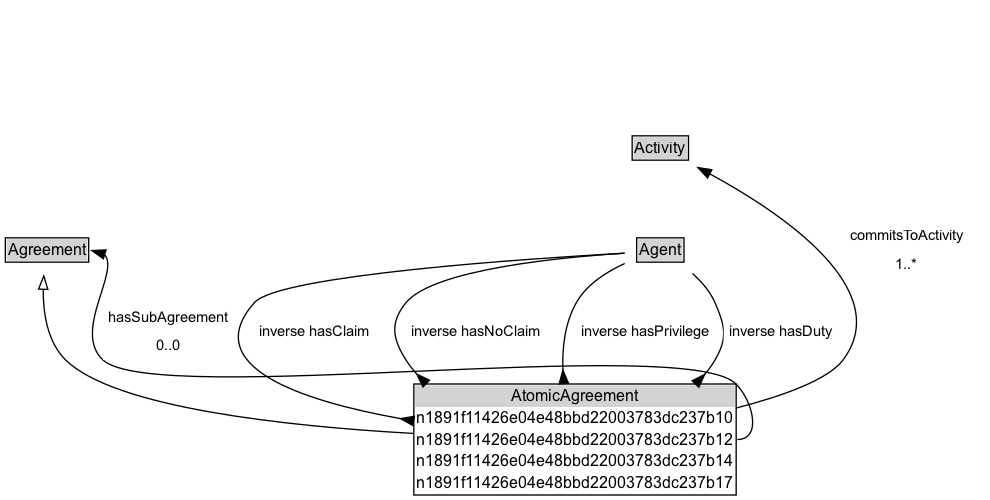
k-vaughn/ontology-cdm-p1-v1 keeps this Graphviz diagram as docs/diagrams/AtomicAgreement.dot.png. Above is the earlier version. Its source is kept beside it as docs/diagrams/AtomicAgreement.dot. Source of this version:
```dot
digraph {
	graph [overlap=false rankdir=TB splines=true]
	node [fontname=Arial fontsize=12 margin=0 shape=none]
	edge [fontname=Arial fontsize=11]
	{
		rank=source
		Agreement [label=<<TABLE BORDER="1" CELLBORDER="0" CELLSPACING="0" CELLPADDING="1"><TR><TD BGCOLOR="lightgray" ALIGN="CENTER">Agreement</TD></TR></TABLE>> URL="../Agreement" margin=0]
	}
	AtomicAgreement [label=<<TABLE BORDER="1" CELLBORDER="0" CELLSPACING="0" CELLPADDING="1"><TR><TD BGCOLOR="lightgray" ALIGN="CENTER">AtomicAgreement</TD></TR><TR><TD ALIGN="LEFT">n1891f11426e04e48bbd22003783dc237b10</TD></TR><TR><TD ALIGN="LEFT">n1891f11426e04e48bbd22003783dc237b12</TD></TR><TR><TD ALIGN="LEFT">n1891f11426e04e48bbd22003783dc237b14</TD></TR><TR><TD ALIGN="LEFT">n1891f11426e04e48bbd22003783dc237b17</TD></TR></TABLE>> URL="../AtomicAgreement" margin=0]
	{
		rank=max
	}
	subgraph cluster_associated {
		label="" style=invis
		Invis [label=<<TABLE BORDER="0" CELLBORDER="0" CELLSPACING="0" CELLPADDING="1"><TR><TD></TD></TR></TABLE>> margin=0 style=invis]
		Activity [label=<<TABLE BORDER="1" CELLBORDER="0" CELLSPACING="0" CELLPADDING="1"><TR><TD BGCOLOR="lightgray" ALIGN="CENTER">Activity</TD></TR></TABLE>> URL="../Activity" margin=0]
		Agent [label=<<TABLE BORDER="1" CELLBORDER="0" CELLSPACING="0" CELLPADDING="1"><TR><TD BGCOLOR="lightgray" ALIGN="CENTER">Agent</TD></TR></TABLE>> URL="../Agent" margin=0]
	}
	AtomicAgreement -> Agreement [arrowhead=onormal style=solid]
	AtomicAgreement -> Invis [style=invis]
	Invis -> Activity [style=invis]
	Activity -> Agent [style=invis]
	Activity [label=<<TABLE BORDER="1" CELLBORDER="0" CELLSPACING="0" CELLPADDING="1"><TR><TD BGCOLOR="lightgray" ALIGN="CENTER">Activity</TD></TR></TABLE>> URL="../Activity" margin=0]
	AtomicAgreement -> Activity [label=<<TABLE BORDER="0" CELLBORDER="0" CELLSPACING="0" CELLPADDING="4" BGCOLOR="white"><TR><TD ALIGN="CENTER">commitsToActivity</TD></TR><TR><TD ALIGN="CENTER">1..*</TD></TR></TABLE>> arrowhead=normal style=solid]
	Agent [label=<<TABLE BORDER="1" CELLBORDER="0" CELLSPACING="0" CELLPADDING="1"><TR><TD BGCOLOR="lightgray" ALIGN="CENTER">Agent</TD></TR></TABLE>> URL="../Agent" margin=0]
	Agent -> AtomicAgreement [label=<<TABLE BORDER="0" CELLBORDER="0" CELLSPACING="0" CELLPADDING="4" BGCOLOR="white"><TR><TD ALIGN="CENTER">inverse hasClaim</TD></TR></TABLE>> arrowhead=inv style=solid]
	Agreement [label=<<TABLE BORDER="1" CELLBORDER="0" CELLSPACING="0" CELLPADDING="1"><TR><TD BGCOLOR="lightgray" ALIGN="CENTER">Agreement</TD></TR></TABLE>> URL="../Agreement" margin=0]
	AtomicAgreement:e -> Agreement:e [label=<<TABLE BORDER="0" CELLBORDER="0" CELLSPACING="0" CELLPADDING="4" BGCOLOR="white"><TR><TD ALIGN="CENTER">hasSubAgreement</TD></TR><TR><TD ALIGN="CENTER">0..0</TD></TR></TABLE>> arrowhead=normal constraint=false style=solid]
	Agent -> AtomicAgreement [label=<<TABLE BORDER="0" CELLBORDER="0" CELLSPACING="0" CELLPADDING="4" BGCOLOR="white"><TR><TD ALIGN="CENTER">inverse hasNoClaim</TD></TR></TABLE>> arrowhead=inv style=solid]
	Agent -> AtomicAgreement [label=<<TABLE BORDER="0" CELLBORDER="0" CELLSPACING="0" CELLPADDING="4" BGCOLOR="white"><TR><TD ALIGN="CENTER">inverse hasPrivilege</TD></TR></TABLE>> arrowhead=inv style=solid]
	Agent -> AtomicAgreement [label=<<TABLE BORDER="0" CELLBORDER="0" CELLSPACING="0" CELLPADDING="4" BGCOLOR="white"><TR><TD ALIGN="CENTER">inverse hasDuty</TD></TR></TABLE>> arrowhead=inv style=solid]
}
```
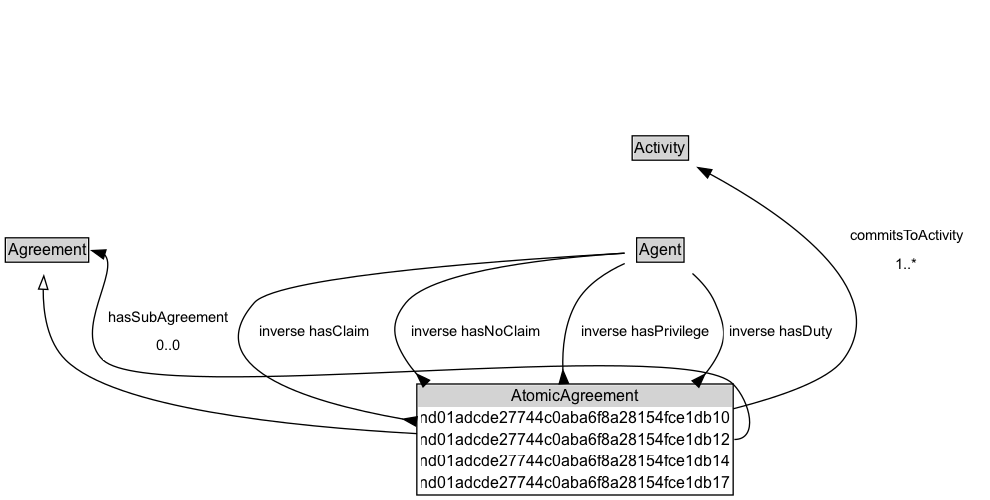
After the commit.

What changed in the source:
```diff
@@ -6,7 +6,7 @@
 		rank=source
 		Agreement [label=<<TABLE BORDER="1" CELLBORDER="0" CELLSPACING="0" CELLPADDING="1"><TR><TD BGCOLOR="lightgray" ALIGN="CENTER">Agreement</TD></TR></TABLE>> URL="../Agreement" margin=0]
 	}
-	AtomicAgreement [label=<<TABLE BORDER="1" CELLBORDER="0" CELLSPACING="0" CELLPADDING="1"><TR><TD BGCOLOR="lightgray" ALIGN="CENTER">AtomicAgreement</TD></TR><TR><TD ALIGN="LEFT">n1891f11426e04e48bbd22003783dc237b10</TD></TR><TR><TD ALIGN="LEFT">n1891f11426e04e48bbd22003783dc237b12</TD></TR><TR><TD ALIGN="LEFT">n1891f11426e04e48bbd22003783dc237b14</TD></TR><TR><TD ALIGN="LEFT">n1891f11426e04e48bbd22003783dc237b17</TD></TR></TABLE>> URL="../AtomicAgreement" margin=0]
+	AtomicAgreement [label=<<TABLE BORDER="1" CELLBORDER="0" CELLSPACING="0" CELLPADDING="1"><TR><TD BGCOLOR="lightgray" ALIGN="CENTER">AtomicAgreement</TD></TR><TR><TD ALIGN="LEFT">nd01adcde27744c0aba6f8a28154fce1db10</TD></TR><TR><TD ALIGN="LEFT">nd01adcde27744c0aba6f8a28154fce1db12</TD></TR><TR><TD ALIGN="LEFT">nd01adcde27744c0aba6f8a28154fce1db14</TD></TR><TR><TD ALIGN="LEFT">nd01adcde27744c0aba6f8a28154fce1db17</TD></TR></TABLE>> URL="../AtomicAgreement" margin=0]
 	{
 		rank=max
 	}
```
